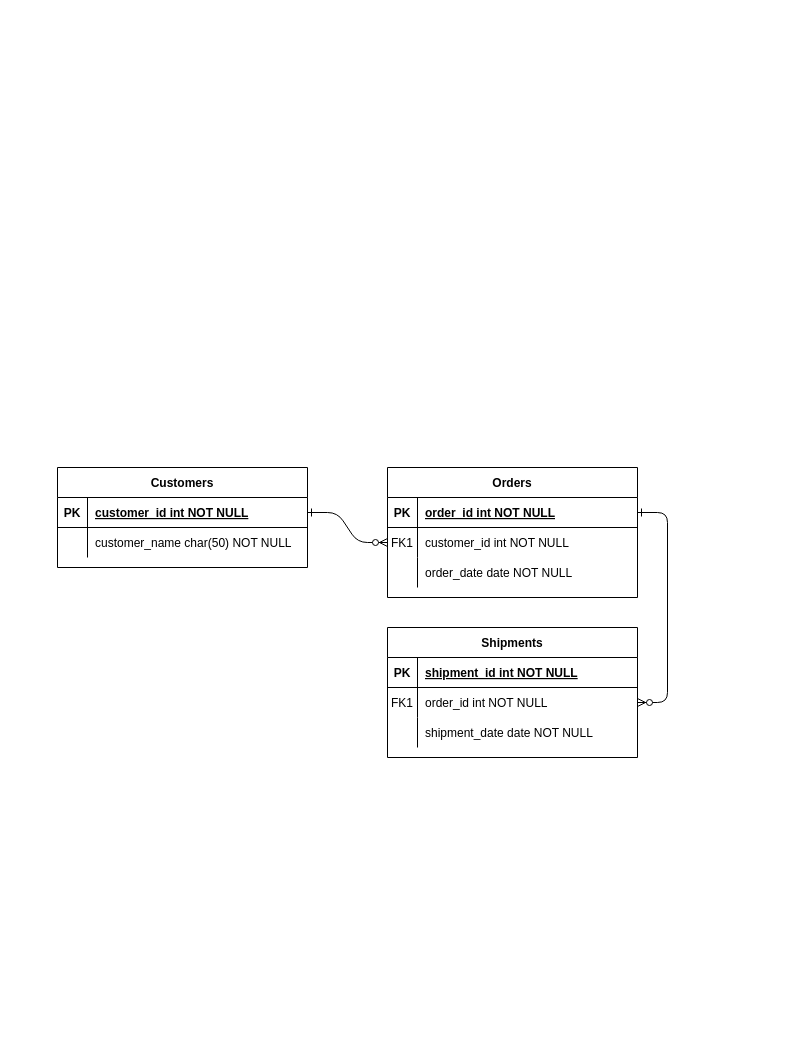
Above: TrendTrove.drawio in anshakgupta/TrendTrove (draw.io), before the change. Source tidied: cells renumbered, new cells numbered last; positions are measured from the earlier drawing's top-left corner, leaving out a move shared by most shapes. Both pictures are drawn from the tidied source at 100%, with x=0, y=0 at pixel (57, 467).
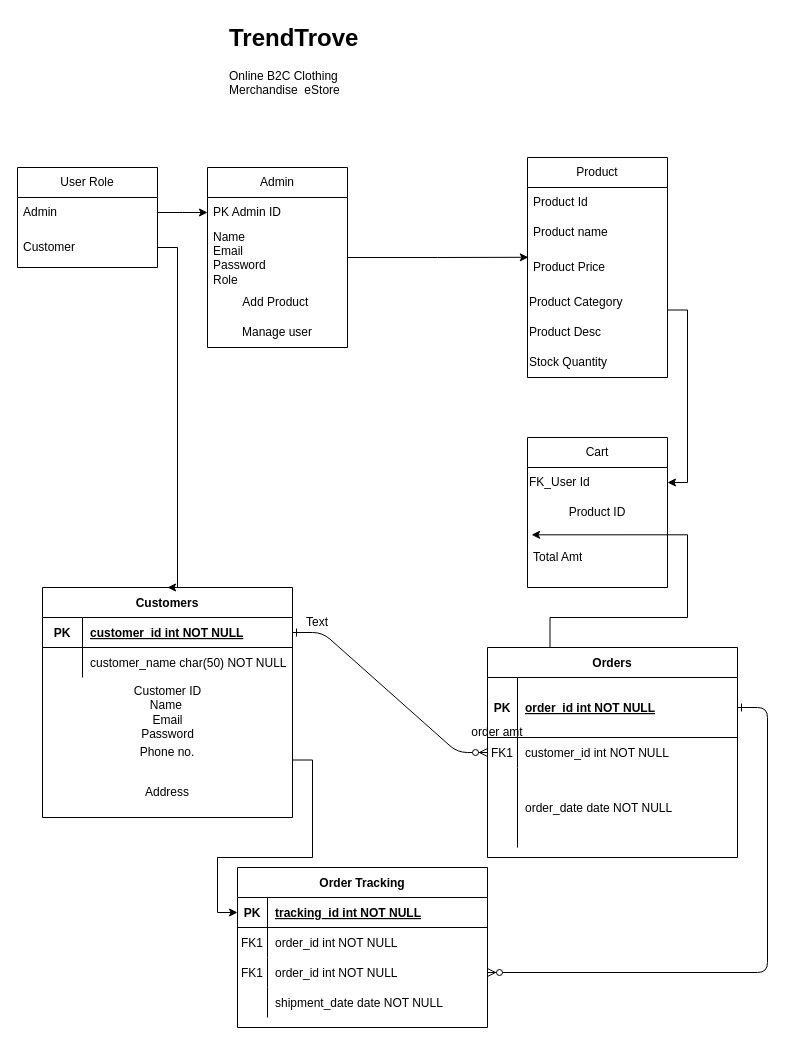
After the change.

What changed in the source:
```diff
@@
-    <mxCell id="2" style="edgeStyle=entityRelationEdgeStyle;endArrow=ERzeroToMany;startArrow=ERone;endFill=1;startFill=0;" parent="1" edge="1" source="25" target="8">
-      <mxGeometry relative="1" as="geometry" />
-    </mxCell>
-    <mxCell id="3" style="edgeStyle=entityRelationEdgeStyle;endArrow=ERzeroToMany;startArrow=ERone;endFill=1;startFill=0;" parent="1" edge="1" source="5" target="18">
-      <mxGeometry relative="1" as="geometry" />
-    </mxCell>
+    <mxCell id="31" style="edgeStyle=entityRelationEdgeStyle;endArrow=ERzeroToMany;startArrow=ERone;endFill=1;startFill=0;" parent="1" edge="1" source="53" target="36">
+      <mxGeometry relative="1" as="geometry" />
+    </mxCell>
+    <mxCell id="32" style="edgeStyle=entityRelationEdgeStyle;endArrow=ERzeroToMany;startArrow=ERone;endFill=1;startFill=0;" parent="1" edge="1" source="33" target="47">
+      <mxGeometry relative="1" as="geometry" />
+    </mxCell>
     <mxCell id="4" value="Orders" style="shape=table;startSize=30;childLayout=tableLayout;rowLines=0;fontStyle=1;align=center;" parent="1" vertex="1">
-      <mxGeometry x="330" width="250" height="130" as="geometry" />
+      <mxGeometry x="430" y="180" width="250" height="210" as="geometry" />
     </mxCell>
-    <mxCell id="5" style="shape=partialRectangle;fillColor=none;points=[[0,0.5],[1,0.5]];portConstraint=eastwest;top=0;left=0;right=0;bottom=1;" parent="4" vertex="1">
-      <mxGeometry y="30" width="250" height="30" as="geometry" />
-    </mxCell>
-    <mxCell id="6" value="PK" style="shape=partialRectangle;overflow=hidden;fillColor=none;top=0;left=0;bottom=0;right=0;fontStyle=1;" parent="5" vertex="1">
-      <mxGeometry width="30" height="30" as="geometry" />
-    </mxCell>
-    <mxCell id="7" value="order_id int NOT NULL " style="shape=partialRectangle;overflow=hidden;fillColor=none;top=0;left=0;bottom=0;right=0;align=left;spacingLeft=6;fontStyle=5;" parent="5" vertex="1">
-      <mxGeometry x="30" width="220" height="30" as="geometry" />
-    </mxCell>
-    <mxCell id="8" style="shape=partialRectangle;fillColor=none;points=[[0,0.5],[1,0.5]];portConstraint=eastwest;top=0;left=0;right=0;bottom=0;" parent="4" vertex="1">
-      <mxGeometry y="60" width="250" height="30" as="geometry" />
-    </mxCell>
-    <mxCell id="9" value="FK1" style="shape=partialRectangle;overflow=hidden;fillColor=none;top=0;left=0;bottom=0;right=0;" parent="8" vertex="1">
-      <mxGeometry width="30" height="30" as="geometry" />
-    </mxCell>
+    <mxCell id="33" style="shape=partialRectangle;fillColor=none;points=[[0,0.5],[1,0.5]];portConstraint=eastwest;top=0;left=0;right=0;bottom=1;" parent="4" vertex="1">
+      <mxGeometry y="30" width="250" height="60" as="geometry" />
+    </mxCell>
+    <mxCell id="34" value="PK" style="shape=partialRectangle;overflow=hidden;fillColor=none;top=0;left=0;bottom=0;right=0;fontStyle=1;" parent="33" vertex="1">
+      <mxGeometry width="30" height="60" as="geometry" />
+    </mxCell>
+    <mxCell id="35" value="order_id int NOT NULL " style="shape=partialRectangle;overflow=hidden;fillColor=none;top=0;left=0;bottom=0;right=0;align=left;spacingLeft=6;fontStyle=5;" parent="33" vertex="1">
+      <mxGeometry x="30" width="220" height="60" as="geometry" />
+    </mxCell>
+    <mxCell id="36" style="shape=partialRectangle;fillColor=none;points=[[0,0.5],[1,0.5]];portConstraint=eastwest;top=0;left=0;right=0;bottom=0;" parent="4" vertex="1">
+      <mxGeometry y="90" width="250" height="30" as="geometry" />
+    </mxCell>
+    <mxCell id="37" value="FK1" style="shape=partialRectangle;overflow=hidden;fillColor=none;top=0;left=0;bottom=0;right=0;" parent="36" vertex="1">
+      <mxGeometry width="30" height="30" as="geometry" />
+    </mxCell>
-    <mxCell id="10" value="customer_id int NOT NULL" style="shape=partialRectangle;overflow=hidden;fillColor=none;top=0;left=0;bottom=0;right=0;align=left;spacingLeft=6;" parent="8" vertex="1">
+    <mxCell id="10" value="customer_id int NOT NULL" style="shape=partialRectangle;overflow=hidden;fillColor=none;top=0;left=0;bottom=0;right=0;align=left;spacingLeft=6;" parent="36" vertex="1">
       <mxGeometry x="30" width="220" height="30" as="geometry" />
     </mxCell>
-    <mxCell id="11" style="shape=partialRectangle;fillColor=none;top=0;left=0;right=0;bottom=0;" parent="4" vertex="1">
-      <mxGeometry y="90" width="250" height="30" as="geometry" />
-    </mxCell>
-    <mxCell id="12" style="shape=partialRectangle;overflow=hidden;fillColor=none;top=0;left=0;bottom=0;right=0;" parent="11" vertex="1">
-      <mxGeometry width="30" height="30" as="geometry" />
-    </mxCell>
+    <mxCell id="38" style="shape=partialRectangle;fillColor=none;top=0;left=0;right=0;bottom=0;" parent="4" vertex="1">
+      <mxGeometry y="120" width="250" height="80" as="geometry" />
+    </mxCell>
+    <mxCell id="39" style="shape=partialRectangle;overflow=hidden;fillColor=none;top=0;left=0;bottom=0;right=0;" parent="38" vertex="1">
+      <mxGeometry width="30" height="80" as="geometry" />
+    </mxCell>
-    <mxCell id="13" value="order_date date NOT NULL" style="shape=partialRectangle;overflow=hidden;fillColor=none;top=0;left=0;bottom=0;right=0;align=left;spacingLeft=6;" parent="11" vertex="1">
-      <mxGeometry x="30" width="220" height="30" as="geometry" />
+    <mxCell id="13" value="order_date date NOT NULL" style="shape=partialRectangle;overflow=hidden;fillColor=none;top=0;left=0;bottom=0;right=0;align=left;spacingLeft=6;" parent="38" vertex="1">
+      <mxGeometry x="30" width="220" height="80" as="geometry" />
     </mxCell>
-    <mxCell id="14" value="Shipments" style="shape=table;startSize=30;childLayout=tableLayout;rowLines=0;fontStyle=1;align=center;" parent="1" vertex="1">
-      <mxGeometry x="330" y="160" width="250" height="130" as="geometry" />
-    </mxCell>
-    <mxCell id="15" style="shape=partialRectangle;fillColor=none;top=0;left=0;right=0;bottom=1;" parent="14" vertex="1">
-      <mxGeometry y="30" width="250" height="30" as="geometry" />
-    </mxCell>
-    <mxCell id="16" value="PK" style="shape=partialRectangle;overflow=hidden;fillColor=none;top=0;left=0;bottom=0;right=0;fontStyle=1;" parent="15" vertex="1">
-      <mxGeometry width="30" height="30" as="geometry" />
-    </mxCell>
-    <mxCell id="17" value="shipment_id int NOT NULL " style="shape=partialRectangle;overflow=hidden;fillColor=none;top=0;left=0;bottom=0;right=0;align=left;spacingLeft=6;fontStyle=5;" parent="15" vertex="1">
-      <mxGeometry x="30" width="220" height="30" as="geometry" />
-    </mxCell>
-    <mxCell id="18" style="shape=partialRectangle;fillColor=none;points=[[0,0.5],[1,0.5]];portConstraint=eastwest;top=0;left=0;right=0;bottom=0;" parent="14" vertex="1">
-      <mxGeometry y="60" width="250" height="30" as="geometry" />
-    </mxCell>
-    <mxCell id="19" value="FK1" style="shape=partialRectangle;overflow=hidden;fillColor=none;top=0;left=0;bottom=0;right=0;" parent="18" vertex="1">
-      <mxGeometry width="30" height="30" as="geometry" />
-    </mxCell>
-    <mxCell id="20" value="order_id int NOT NULL" style="shape=partialRectangle;overflow=hidden;fillColor=none;top=0;left=0;bottom=0;right=0;align=left;spacingLeft=6;" parent="18" vertex="1">
-      <mxGeometry x="30" width="220" height="30" as="geometry" />
-    </mxCell>
-    <mxCell id="21" style="shape=partialRectangle;fillColor=none;top=0;left=0;right=0;bottom=0;" parent="14" vertex="1">
-      <mxGeometry y="90" width="250" height="30" as="geometry" />
-    </mxCell>
-    <mxCell id="22" style="shape=partialRectangle;overflow=hidden;fillColor=none;top=0;left=0;bottom=0;right=0;" parent="21" vertex="1">
-      <mxGeometry width="30" height="30" as="geometry" />
-    </mxCell>
+    <mxCell id="40" value="Order Tracking" style="shape=table;startSize=30;childLayout=tableLayout;rowLines=0;fontStyle=1;align=center;" parent="1" vertex="1">
+      <mxGeometry x="180" y="400" width="250" height="160" as="geometry" />
+    </mxCell>
+    <mxCell id="41" style="shape=partialRectangle;fillColor=none;points=[[0,0.5],[1,0.5]];portConstraint=eastwest;top=0;left=0;right=0;bottom=1;" parent="40" vertex="1">
+      <mxGeometry y="30" width="250" height="30" as="geometry" />
+    </mxCell>
+    <mxCell id="42" value="PK" style="shape=partialRectangle;overflow=hidden;fillColor=none;top=0;left=0;bottom=0;right=0;fontStyle=1;" parent="41" vertex="1">
+      <mxGeometry width="30" height="30" as="geometry" />
+    </mxCell>
+    <mxCell id="43" value="tracking_id int NOT NULL " style="shape=partialRectangle;overflow=hidden;fillColor=none;top=0;left=0;bottom=0;right=0;align=left;spacingLeft=6;fontStyle=5;" parent="41" vertex="1">
+      <mxGeometry x="30" width="220" height="30" as="geometry" />
+    </mxCell>
+    <mxCell id="44" style="shape=partialRectangle;fillColor=none;top=0;left=0;right=0;bottom=0;" parent="40" vertex="1">
+      <mxGeometry y="60" width="250" height="30" as="geometry" />
+    </mxCell>
+    <mxCell id="45" value="FK1" style="shape=partialRectangle;overflow=hidden;fillColor=none;top=0;left=0;bottom=0;right=0;" parent="44" vertex="1">
+      <mxGeometry width="30" height="30" as="geometry" />
+    </mxCell>
+    <mxCell id="46" value="order_id int NOT NULL" style="shape=partialRectangle;overflow=hidden;fillColor=none;top=0;left=0;bottom=0;right=0;align=left;spacingLeft=6;" parent="44" vertex="1">
+      <mxGeometry x="30" width="220" height="30" as="geometry" />
+    </mxCell>
+    <mxCell id="47" style="shape=partialRectangle;fillColor=none;points=[[0,0.5],[1,0.5]];portConstraint=eastwest;top=0;left=0;right=0;bottom=0;" parent="40" vertex="1">
+      <mxGeometry y="90" width="250" height="30" as="geometry" />
+    </mxCell>
+    <mxCell id="48" value="FK1" style="shape=partialRectangle;overflow=hidden;fillColor=none;top=0;left=0;bottom=0;right=0;" parent="47" vertex="1">
+      <mxGeometry width="30" height="30" as="geometry" />
+    </mxCell>
+    <mxCell id="49" value="order_id int NOT NULL" style="shape=partialRectangle;overflow=hidden;fillColor=none;top=0;left=0;bottom=0;right=0;align=left;spacingLeft=6;" parent="47" vertex="1">
+      <mxGeometry x="30" width="220" height="30" as="geometry" />
+    </mxCell>
+    <mxCell id="50" style="shape=partialRectangle;fillColor=none;top=0;left=0;right=0;bottom=0;" parent="40" vertex="1">
+      <mxGeometry y="120" width="250" height="30" as="geometry" />
+    </mxCell>
+    <mxCell id="51" style="shape=partialRectangle;overflow=hidden;fillColor=none;top=0;left=0;bottom=0;right=0;" parent="50" vertex="1">
+      <mxGeometry width="30" height="30" as="geometry" />
+    </mxCell>
-    <mxCell id="23" value="shipment_date date NOT NULL" style="shape=partialRectangle;overflow=hidden;fillColor=none;top=0;left=0;bottom=0;right=0;align=left;spacingLeft=6;" parent="21" vertex="1">
+    <mxCell id="23" value="shipment_date date NOT NULL" style="shape=partialRectangle;overflow=hidden;fillColor=none;top=0;left=0;bottom=0;right=0;align=left;spacingLeft=6;" parent="50" vertex="1">
       <mxGeometry x="30" width="220" height="30" as="geometry" />
     </mxCell>
+    <mxCell id="52" style="edgeStyle=orthogonalEdgeStyle;rounded=0;jettySize=auto;html=1;exitX=1;exitY=0.75;exitDx=0;exitDy=0;entryX=0;entryY=0.5;entryDx=0;entryDy=0;" parent="1" edge="1" source="24" target="41">
+      <mxGeometry relative="1" as="geometry" />
+    </mxCell>
     <mxCell id="24" value="Customers" style="shape=table;startSize=30;childLayout=tableLayout;rowLines=0;fontStyle=1;align=center;" parent="1" vertex="1">
-      <mxGeometry width="250" height="100" as="geometry" />
+      <mxGeometry x="-15" y="120" width="250" height="230" as="geometry" />
     </mxCell>
-    <mxCell id="25" style="shape=partialRectangle;fillColor=none;points=[[0,0.5],[1,0.5]];portConstraint=eastwest;top=0;left=0;right=0;bottom=1;" parent="24" vertex="1">
-      <mxGeometry y="30" width="250" height="30" as="geometry" />
-    </mxCell>
-    <mxCell id="26" value="PK" style="shape=partialRectangle;overflow=hidden;fillColor=none;top=0;left=0;bottom=0;right=0;fontStyle=1;" parent="25" vertex="1">
-      <mxGeometry width="30" height="30" as="geometry" />
-    </mxCell>
+    <mxCell id="53" style="shape=partialRectangle;fillColor=none;points=[[0,0.5],[1,0.5]];portConstraint=eastwest;top=0;left=0;right=0;bottom=1;" parent="24" vertex="1">
+      <mxGeometry y="30" width="250" height="30" as="geometry" />
+    </mxCell>
+    <mxCell id="54" value="PK" style="shape=partialRectangle;overflow=hidden;fillColor=none;top=0;left=0;bottom=0;right=0;fontStyle=1;" parent="53" vertex="1">
+      <mxGeometry width="40" height="30" as="geometry" />
+    </mxCell>
-    <mxCell id="27" value="customer_id int NOT NULL " style="shape=partialRectangle;overflow=hidden;fillColor=none;top=0;left=0;bottom=0;right=0;align=left;spacingLeft=6;fontStyle=5;" parent="25" vertex="1">
-      <mxGeometry x="30" width="220" height="30" as="geometry" />
+    <mxCell id="27" value="customer_id int NOT NULL " style="shape=partialRectangle;overflow=hidden;fillColor=none;top=0;left=0;bottom=0;right=0;align=left;spacingLeft=6;fontStyle=5;" parent="53" vertex="1">
+      <mxGeometry x="40" width="210" height="30" as="geometry" />
     </mxCell>
-    <mxCell id="28" style="shape=partialRectangle;fillColor=none;top=0;left=0;right=0;bottom=0;" parent="24" vertex="1">
-      <mxGeometry y="60" width="250" height="30" as="geometry" />
-    </mxCell>
-    <mxCell id="29" style="shape=partialRectangle;overflow=hidden;fillColor=none;top=0;left=0;bottom=0;right=0;" parent="28" vertex="1">
-      <mxGeometry width="30" height="30" as="geometry" />
-    </mxCell>
+    <mxCell id="55" style="shape=partialRectangle;fillColor=none;top=0;left=0;right=0;bottom=0;" parent="24" vertex="1">
+      <mxGeometry y="60" width="250" height="30" as="geometry" />
+    </mxCell>
+    <mxCell id="56" style="shape=partialRectangle;overflow=hidden;fillColor=none;top=0;left=0;bottom=0;right=0;" parent="55" vertex="1">
+      <mxGeometry width="40" height="30" as="geometry" />
+    </mxCell>
-    <mxCell id="30" value="customer_name char(50) NOT NULL" style="shape=partialRectangle;overflow=hidden;fillColor=none;top=0;left=0;bottom=0;right=0;align=left;spacingLeft=6;" parent="28" vertex="1">
-      <mxGeometry x="30" width="220" height="30" as="geometry" />
+    <mxCell id="30" value="customer_name char(50) NOT NULL" style="shape=partialRectangle;overflow=hidden;fillColor=none;top=0;left=0;bottom=0;right=0;align=left;spacingLeft=6;" parent="55" vertex="1">
+      <mxGeometry x="40" width="210" height="30" as="geometry" />
     </mxCell>
+    <mxCell id="57" value="Admin" style="swimlane;fontStyle=0;horizontal=1;startSize=30;whiteSpace=wrap;html=1;" parent="1" vertex="1">
+      <mxGeometry x="150" y="-300" width="140" height="180" as="geometry" />
+    </mxCell>
+    <mxCell id="58" value="PK Admin ID" style="text;strokeColor=none;fillColor=none;align=left;verticalAlign=middle;spacingLeft=4;spacingRight=4;overflow=hidden;whiteSpace=wrap;html=1;" parent="57" vertex="1">
+      <mxGeometry y="30" width="140" height="30" as="geometry" />
+    </mxCell>
+    <mxCell id="59" value="Name&amp;nbsp;&lt;div&gt;Email&lt;/div&gt;&lt;div&gt;Password&lt;/div&gt;&lt;div&gt;Role&lt;/div&gt;&lt;div&gt;&lt;br&gt;&lt;/div&gt;&lt;div&gt;&lt;br&gt;&lt;/div&gt;" style="text;strokeColor=none;fillColor=none;align=left;verticalAlign=middle;spacingLeft=4;spacingRight=4;overflow=hidden;points=[[0,0.5],[1,0.5]];portConstraint=eastwest;whiteSpace=wrap;html=1;" parent="57" vertex="1">
+      <mxGeometry y="60" width="140" height="60" as="geometry" />
+    </mxCell>
+    <mxCell id="60" value="Add Product&amp;nbsp;" style="text;html=1;align=center;verticalAlign=middle;whiteSpace=wrap;rounded=0;" parent="57" vertex="1">
+      <mxGeometry y="120" width="140" height="30" as="geometry" />
+    </mxCell>
+    <mxCell id="61" value="Manage user" style="text;html=1;align=center;verticalAlign=middle;whiteSpace=wrap;rounded=0;" parent="57" vertex="1">
+      <mxGeometry y="150" width="140" height="30" as="geometry" />
+    </mxCell>
+    <mxCell id="62" value="Customer ID&lt;div&gt;Name&amp;nbsp;&lt;br&gt;Email&lt;/div&gt;&lt;div&gt;Password&lt;/div&gt;" style="text;html=1;align=center;verticalAlign=middle;strokeColor=none;fillColor=none;" parent="1" vertex="1">
+      <mxGeometry x="65" y="210" width="90" height="70" as="geometry" />
+    </mxCell>
+    <mxCell id="63" value="Phone no." style="text;html=1;align=center;verticalAlign=middle;whiteSpace=wrap;rounded=0;" parent="1" vertex="1">
+      <mxGeometry x="80" y="270" width="60" height="30" as="geometry" />
+    </mxCell>
+    <mxCell id="64" value="Address" style="text;html=1;align=center;verticalAlign=middle;whiteSpace=wrap;rounded=0;" parent="1" vertex="1">
+      <mxGeometry x="80" y="310" width="60" height="30" as="geometry" />
+    </mxCell>
+    <mxCell id="65" value="User Role" style="swimlane;fontStyle=0;horizontal=1;startSize=30;whiteSpace=wrap;html=1;" parent="1" vertex="1">
+      <mxGeometry x="-40" y="-300" width="140" height="100" as="geometry" />
+    </mxCell>
+    <mxCell id="66" style="edgeStyle=orthogonalEdgeStyle;rounded=0;jettySize=auto;html=1;exitX=1;exitY=0.5;exitDx=0;exitDy=0;" parent="65" edge="1" source="67">
+      <mxGeometry relative="1" as="geometry">
+        <mxPoint x="190" y="45" as="targetPoint" />
+      </mxGeometry>
+    </mxCell>
+    <mxCell id="67" value="Admin" style="text;strokeColor=none;fillColor=none;align=left;verticalAlign=middle;spacingLeft=4;spacingRight=4;overflow=hidden;points=[[0,0.5],[1,0.5]];portConstraint=eastwest;whiteSpace=wrap;html=1;" parent="65" vertex="1">
+      <mxGeometry y="30" width="140" height="30" as="geometry" />
+    </mxCell>
+    <mxCell id="68" value="Customer" style="text;strokeColor=none;fillColor=none;align=left;verticalAlign=middle;spacingLeft=4;spacingRight=4;overflow=hidden;points=[[0,0.5],[1,0.5]];portConstraint=eastwest;whiteSpace=wrap;html=1;" parent="65" vertex="1">
+      <mxGeometry y="60" width="140" height="40" as="geometry" />
+    </mxCell>
+    <mxCell id="69" value="order amt" style="text;html=1;align=center;verticalAlign=middle;whiteSpace=wrap;rounded=0;" parent="1" vertex="1">
+      <mxGeometry x="410" y="250" width="60" height="30" as="geometry" />
+    </mxCell>
+    <mxCell id="70" value="Text" style="text;html=1;align=center;verticalAlign=middle;whiteSpace=wrap;rounded=0;" parent="1" vertex="1">
+      <mxGeometry x="230" y="140" width="60" height="30" as="geometry" />
+    </mxCell>
+    <mxCell id="71" value="Cart" style="swimlane;fontStyle=0;horizontal=1;startSize=30;whiteSpace=wrap;html=1;" parent="1" vertex="1">
+      <mxGeometry x="470" y="-30" width="140" height="150" as="geometry" />
+    </mxCell>
+    <mxCell id="72" value="FK_User Id&amp;nbsp;" style="text;html=1;align=left;verticalAlign=middle;whiteSpace=wrap;rounded=0;" parent="71" vertex="1">
+      <mxGeometry y="30" width="140" height="30" as="geometry" />
+    </mxCell>
+    <mxCell id="73" value="Product ID" style="text;html=1;align=center;verticalAlign=middle;whiteSpace=wrap;rounded=0;" parent="71" vertex="1">
+      <mxGeometry y="60" width="140" height="30" as="geometry" />
+    </mxCell>
+    <mxCell id="74" value="Total Amt" style="text;strokeColor=none;fillColor=none;align=left;verticalAlign=middle;spacingLeft=4;spacingRight=4;overflow=hidden;points=[[0,0.5],[1,0.5]];portConstraint=eastwest;whiteSpace=wrap;html=1;" parent="71" vertex="1">
+      <mxGeometry y="90" width="140" height="60" as="geometry" />
+    </mxCell>
+    <mxCell id="75" value="Product" style="swimlane;fontStyle=0;horizontal=1;startSize=30;whiteSpace=wrap;html=1;" parent="1" vertex="1">
+      <mxGeometry x="470" y="-310" width="140" height="220" as="geometry" />
+    </mxCell>
+    <mxCell id="76" value="Product Id" style="text;strokeColor=none;fillColor=none;align=left;verticalAlign=middle;spacingLeft=4;spacingRight=4;overflow=hidden;whiteSpace=wrap;html=1;" parent="75" vertex="1">
+      <mxGeometry y="30" width="140" height="30" as="geometry" />
+    </mxCell>
+    <mxCell id="77" value="Product name" style="text;strokeColor=none;fillColor=none;align=left;verticalAlign=middle;spacingLeft=4;spacingRight=4;overflow=hidden;whiteSpace=wrap;html=1;" parent="75" vertex="1">
+      <mxGeometry y="60" width="140" height="30" as="geometry" />
+    </mxCell>
+    <mxCell id="78" value="Product Price" style="text;strokeColor=none;fillColor=none;align=left;verticalAlign=middle;spacingLeft=4;spacingRight=4;overflow=hidden;points=[[0,0.5],[1,0.5]];portConstraint=eastwest;whiteSpace=wrap;html=1;" parent="75" vertex="1">
+      <mxGeometry y="90" width="140" height="40" as="geometry" />
+    </mxCell>
+    <mxCell id="79" value="Product Category" style="text;html=1;align=left;verticalAlign=middle;whiteSpace=wrap;rounded=0;" parent="75" vertex="1">
+      <mxGeometry y="130" width="140" height="30" as="geometry" />
+    </mxCell>
+    <mxCell id="80" value="Product Desc" style="text;html=1;align=left;verticalAlign=middle;whiteSpace=wrap;rounded=0;" parent="75" vertex="1">
+      <mxGeometry y="160" width="140" height="30" as="geometry" />
+    </mxCell>
+    <mxCell id="81" value="Stock Quantity" style="text;html=1;align=left;verticalAlign=middle;whiteSpace=wrap;rounded=0;" parent="75" vertex="1">
+      <mxGeometry y="190" width="140" height="30" as="geometry" />
+    </mxCell>
+    <mxCell id="82" style="edgeStyle=orthogonalEdgeStyle;rounded=0;jettySize=auto;html=1;exitX=1;exitY=0.75;exitDx=0;exitDy=0;entryX=1;entryY=0.5;entryDx=0;entryDy=0;" parent="1" edge="1" source="79" target="72">
+      <mxGeometry relative="1" as="geometry" />
+    </mxCell>
+    <mxCell id="83" style="edgeStyle=orthogonalEdgeStyle;rounded=0;jettySize=auto;html=1;exitX=0.25;exitY=0;exitDx=0;exitDy=0;entryX=0.029;entryY=0.122;entryDx=0;entryDy=0;entryPerimeter=0;" parent="1" edge="1" source="4" target="74">
+      <mxGeometry relative="1" as="geometry" />
+    </mxCell>
+    <mxCell id="84" value="&lt;h1 style=&quot;margin-top: 0px;&quot;&gt;TrendTrove&amp;nbsp;&lt;/h1&gt;&lt;div&gt;Online B2C&amp;nbsp;&lt;span style=&quot;background-color: transparent; color: light-dark(rgb(0, 0, 0), rgb(255, 255, 255));&quot;&gt;Clothing&amp;nbsp; Merchandise&amp;nbsp; eStore&lt;/span&gt;&lt;/div&gt;" style="text;html=1;whiteSpace=wrap;overflow=hidden;rounded=0;" parent="1" vertex="1">
+      <mxGeometry x="170" y="-450" width="180" height="130" as="geometry" />
+    </mxCell>
+    <mxCell id="85" style="edgeStyle=orthogonalEdgeStyle;rounded=0;jettySize=auto;html=1;exitX=1;exitY=0.5;exitDx=0;exitDy=0;entryX=0.006;entryY=0.245;entryDx=0;entryDy=0;entryPerimeter=0;" parent="1" edge="1" source="59" target="78">
+      <mxGeometry relative="1" as="geometry" />
+    </mxCell>
+    <mxCell id="86" style="edgeStyle=orthogonalEdgeStyle;rounded=0;jettySize=auto;html=1;exitX=1;exitY=0.5;exitDx=0;exitDy=0;entryX=0.5;entryY=0;entryDx=0;entryDy=0;" parent="1" edge="1" source="68" target="24">
+      <mxGeometry relative="1" as="geometry">
+        <Array as="points">
+          <mxPoint x="120" y="-220" />
+          <mxPoint x="120" y="120" />
+        </Array>
+      </mxGeometry>
+    </mxCell>
```
